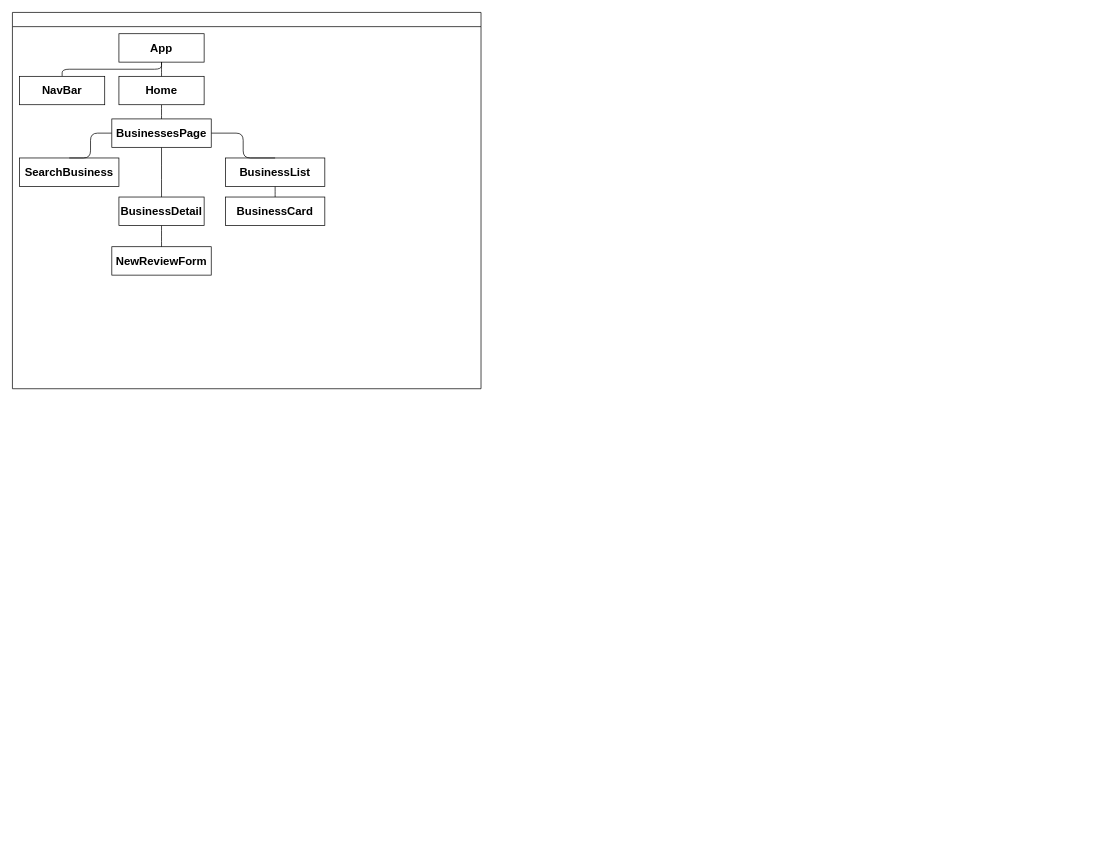
jdavis8898/barking-bnb keeps this draw.io diagram as ReactComponents.drawio. Above is the earlier version. Source tidied: cells renumbered, new cells numbered last; positions are measured from the earlier drawing's top-left corner, leaving out a move shared by most shapes. Both pictures are drawn from the tidied source at 71%, with x=0, y=0 at pixel (12, 12).
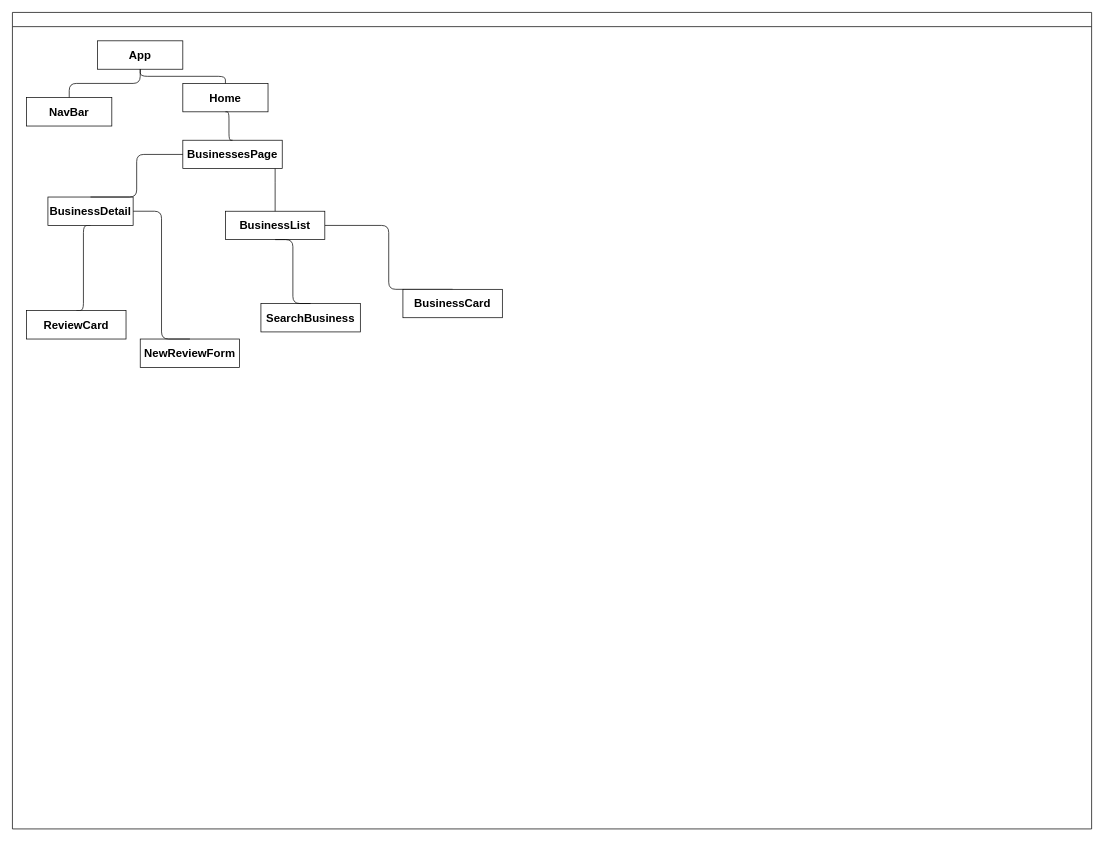
The same diagram, later.

Change to the diagram source:
```diff
@@
     <mxCell id="2" style="swimlane;startSize=20;horizontal=1;containerType=tree;align=center;" parent="1" vertex="1">
-      <mxGeometry width="660" height="530" as="geometry" />
+      <mxGeometry width="1520" height="1150" as="geometry" />
     </mxCell>
     <mxCell id="3" value="&lt;font style=&quot;font-size: 16px;&quot;&gt;&lt;b&gt;App&lt;/b&gt;&lt;b&gt;&lt;br&gt;&lt;/b&gt;&lt;/font&gt;" style="whiteSpace=wrap;html=1;newEdgeStyle={&quot;edgeStyle&quot;:&quot;elbowEdgeStyle&quot;,&quot;startArrow&quot;:&quot;none&quot;,&quot;endArrow&quot;:&quot;none&quot;};align=center;" parent="2" vertex="1">
-      <mxGeometry x="150" y="30" width="120" height="40" as="geometry" />
+      <mxGeometry x="120" y="40" width="120" height="40" as="geometry" />
     </mxCell>
@@
     <mxCell id="5" value="&lt;font style=&quot;font-size: 16px;&quot;&gt;&lt;b&gt;NavBar&lt;/b&gt;&lt;b&gt;&lt;br&gt;&lt;/b&gt;&lt;/font&gt;" style="whiteSpace=wrap;html=1;newEdgeStyle={&quot;edgeStyle&quot;:&quot;elbowEdgeStyle&quot;,&quot;startArrow&quot;:&quot;none&quot;,&quot;endArrow&quot;:&quot;none&quot;};align=center;" parent="2" vertex="1">
-      <mxGeometry x="10" y="90" width="120" height="40" as="geometry" />
+      <mxGeometry x="20" y="120" width="120" height="40" as="geometry" />
     </mxCell>
     <mxCell id="6" value="&lt;font style=&quot;font-size: 16px;&quot;&gt;&lt;b&gt;NewReviewForm&lt;/b&gt;&lt;/font&gt;" style="whiteSpace=wrap;html=1;newEdgeStyle={&quot;edgeStyle&quot;:&quot;elbowEdgeStyle&quot;,&quot;startArrow&quot;:&quot;none&quot;,&quot;endArrow&quot;:&quot;none&quot;};" parent="2" vertex="1">
-      <mxGeometry x="140" y="330" width="140" height="40" as="geometry" />
+      <mxGeometry x="180" y="460" width="140" height="40" as="geometry" />
     </mxCell>
     <mxCell id="7" value="&lt;font style=&quot;font-size: 16px;&quot;&gt;&lt;b&gt;SearchBusiness&lt;/b&gt;&lt;/font&gt;" style="whiteSpace=wrap;html=1;newEdgeStyle={&quot;edgeStyle&quot;:&quot;elbowEdgeStyle&quot;,&quot;startArrow&quot;:&quot;none&quot;,&quot;endArrow&quot;:&quot;none&quot;};" parent="2" vertex="1">
-      <mxGeometry x="10" y="205" width="140" height="40" as="geometry" />
+      <mxGeometry x="350" y="410" width="140" height="40" as="geometry" />
     </mxCell>
@@
     <mxCell id="9" value="&lt;font style=&quot;font-size: 16px;&quot;&gt;&lt;b&gt;BusinessList&lt;/b&gt;&lt;/font&gt;" style="whiteSpace=wrap;html=1;newEdgeStyle={&quot;edgeStyle&quot;:&quot;elbowEdgeStyle&quot;,&quot;startArrow&quot;:&quot;none&quot;,&quot;endArrow&quot;:&quot;none&quot;};" parent="2" vertex="1">
-      <mxGeometry x="300" y="205" width="140" height="40" as="geometry" />
+      <mxGeometry x="300" y="280" width="140" height="40" as="geometry" />
     </mxCell>
@@
+    <mxCell id="20" style="edgeStyle=elbowEdgeStyle;html=1;startArrow=none;endArrow=none;exitX=0.5;exitY=1;exitDx=0;exitDy=0;entryX=0.5;entryY=0;entryDx=0;entryDy=0;fontSize=16;" parent="2" edge="1" source="11" target="21">
+      <mxGeometry relative="1" as="geometry" />
+    </mxCell>
     <mxCell id="11" value="&lt;font style=&quot;font-size: 16px;&quot;&gt;&lt;b&gt;BusinessDetail&lt;/b&gt;&lt;/font&gt;" style="whiteSpace=wrap;html=1;newEdgeStyle={&quot;edgeStyle&quot;:&quot;elbowEdgeStyle&quot;,&quot;startArrow&quot;:&quot;none&quot;,&quot;endArrow&quot;:&quot;none&quot;};" parent="2" vertex="1">
-      <mxGeometry x="150" y="260" width="120" height="40" as="geometry" />
+      <mxGeometry x="50" y="260" width="120" height="40" as="geometry" />
     </mxCell>
     <mxCell id="12" value="&lt;font style=&quot;font-size: 16px;&quot;&gt;&lt;b&gt;BusinessCard&lt;/b&gt;&lt;/font&gt;" style="whiteSpace=wrap;html=1;newEdgeStyle={&quot;edgeStyle&quot;:&quot;elbowEdgeStyle&quot;,&quot;startArrow&quot;:&quot;none&quot;,&quot;endArrow&quot;:&quot;none&quot;};" parent="2" vertex="1">
-      <mxGeometry x="300" y="260" width="140" height="40" as="geometry" />
+      <mxGeometry x="550" y="390" width="140" height="40" as="geometry" />
     </mxCell>
+    <mxCell id="16" value="&lt;font style=&quot;font-size: 16px;&quot;&gt;&lt;b&gt;BusinessesPage&lt;/b&gt;&lt;/font&gt;" style="whiteSpace=wrap;html=1;newEdgeStyle={&quot;edgeStyle&quot;:&quot;elbowEdgeStyle&quot;,&quot;startArrow&quot;:&quot;none&quot;,&quot;endArrow&quot;:&quot;none&quot;};" parent="2" vertex="1">
+      <mxGeometry x="240" y="180" width="140" height="40" as="geometry" />
+    </mxCell>
-    <mxCell id="13" style="edgeStyle=elbowEdgeStyle;html=1;startArrow=none;endArrow=none;entryX=0.5;entryY=0;entryDx=0;entryDy=0;fontSize=16;" parent="1" edge="1" source="16" target="11">
+    <mxCell id="13" style="edgeStyle=elbowEdgeStyle;html=1;startArrow=none;endArrow=none;entryX=0.5;entryY=0;entryDx=0;entryDy=0;fontSize=16;" parent="2" edge="1" source="16" target="11">
       <mxGeometry relative="1" as="geometry" />
     </mxCell>
-    <mxCell id="14" style="edgeStyle=elbowEdgeStyle;html=1;startArrow=none;endArrow=none;entryX=0.5;entryY=0;entryDx=0;entryDy=0;fontSize=16;" parent="1" edge="1" source="16" target="7">
+    <mxCell id="14" style="edgeStyle=elbowEdgeStyle;html=1;startArrow=none;endArrow=none;entryX=0.5;entryY=0;entryDx=0;entryDy=0;fontSize=16;exitX=0.5;exitY=1;exitDx=0;exitDy=0;" parent="2" edge="1" source="9" target="7">
       <mxGeometry relative="1" as="geometry" />
     </mxCell>
-    <mxCell id="15" style="edgeStyle=elbowEdgeStyle;html=1;startArrow=none;endArrow=none;entryX=0.5;entryY=0;entryDx=0;entryDy=0;fontSize=16;" parent="1" edge="1" source="16" target="9">
+    <mxCell id="15" style="edgeStyle=elbowEdgeStyle;html=1;startArrow=none;endArrow=none;entryX=0.5;entryY=0;entryDx=0;entryDy=0;fontSize=16;" parent="2" edge="1" source="16" target="9">
       <mxGeometry relative="1" as="geometry" />
     </mxCell>
-    <mxCell id="16" value="&lt;font style=&quot;font-size: 16px;&quot;&gt;&lt;b&gt;BusinessesPage&lt;/b&gt;&lt;/font&gt;" style="whiteSpace=wrap;html=1;newEdgeStyle={&quot;edgeStyle&quot;:&quot;elbowEdgeStyle&quot;,&quot;startArrow&quot;:&quot;none&quot;,&quot;endArrow&quot;:&quot;none&quot;};" parent="1" vertex="1">
-      <mxGeometry x="140" y="150" width="140" height="40" as="geometry" />
-    </mxCell>
+    <mxCell id="21" value="&lt;font style=&quot;font-size: 16px;&quot;&gt;&lt;b&gt;ReviewCard&lt;/b&gt;&lt;/font&gt;" style="whiteSpace=wrap;html=1;newEdgeStyle={&quot;edgeStyle&quot;:&quot;elbowEdgeStyle&quot;,&quot;startArrow&quot;:&quot;none&quot;,&quot;endArrow&quot;:&quot;none&quot;};" parent="2" vertex="1">
+      <mxGeometry x="20" y="420" width="140" height="40" as="geometry" />
+    </mxCell>
+    <mxCell id="18" value="&lt;font style=&quot;font-size: 16px;&quot;&gt;&lt;b&gt;Home&lt;/b&gt;&lt;/font&gt;" style="whiteSpace=wrap;html=1;newEdgeStyle={&quot;edgeStyle&quot;:&quot;elbowEdgeStyle&quot;,&quot;startArrow&quot;:&quot;none&quot;,&quot;endArrow&quot;:&quot;none&quot;};" parent="2" vertex="1">
+      <mxGeometry x="240" y="100" width="120" height="40" as="geometry" />
+    </mxCell>
-    <mxCell id="17" style="edgeStyle=elbowEdgeStyle;html=1;startArrow=none;endArrow=none;exitX=0.5;exitY=1;exitDx=0;exitDy=0;entryX=0.5;entryY=0;entryDx=0;entryDy=0;fontSize=16;" parent="1" edge="1" source="18" target="16">
+    <mxCell id="17" style="edgeStyle=elbowEdgeStyle;html=1;startArrow=none;endArrow=none;exitX=0.5;exitY=1;exitDx=0;exitDy=0;entryX=0.5;entryY=0;entryDx=0;entryDy=0;fontSize=16;" parent="2" edge="1" source="18" target="16">
       <mxGeometry relative="1" as="geometry" />
     </mxCell>
-    <mxCell id="18" value="&lt;font style=&quot;font-size: 16px;&quot;&gt;&lt;b&gt;Home&lt;/b&gt;&lt;/font&gt;" style="whiteSpace=wrap;html=1;newEdgeStyle={&quot;edgeStyle&quot;:&quot;elbowEdgeStyle&quot;,&quot;startArrow&quot;:&quot;none&quot;,&quot;endArrow&quot;:&quot;none&quot;};" parent="1" vertex="1">
-      <mxGeometry x="150" y="90" width="120" height="40" as="geometry" />
-    </mxCell>
-    <mxCell id="19" style="edgeStyle=elbowEdgeStyle;html=1;startArrow=none;endArrow=none;entryX=0.5;entryY=0;entryDx=0;entryDy=0;fontSize=16;" parent="1" edge="1" source="3" target="18">
+    <mxCell id="19" style="edgeStyle=elbowEdgeStyle;html=1;startArrow=none;endArrow=none;entryX=0.5;entryY=0;entryDx=0;entryDy=0;fontSize=16;" parent="2" edge="1" source="3" target="18">
       <mxGeometry relative="1" as="geometry" />
     </mxCell>
```
